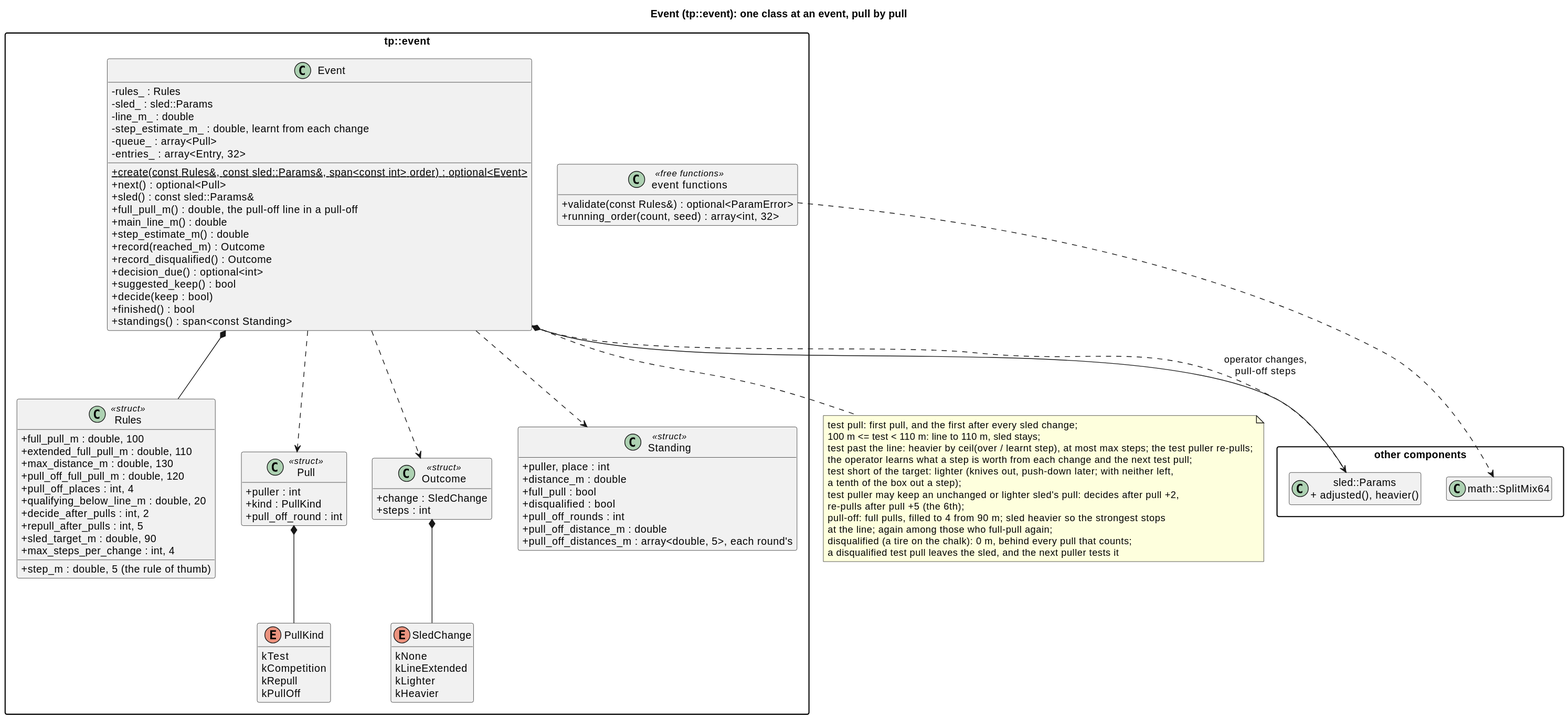
The PlantUML diagram docs/diagrams/svg/event_classes.svg in wversteeg/TractorPulling, before a commit.
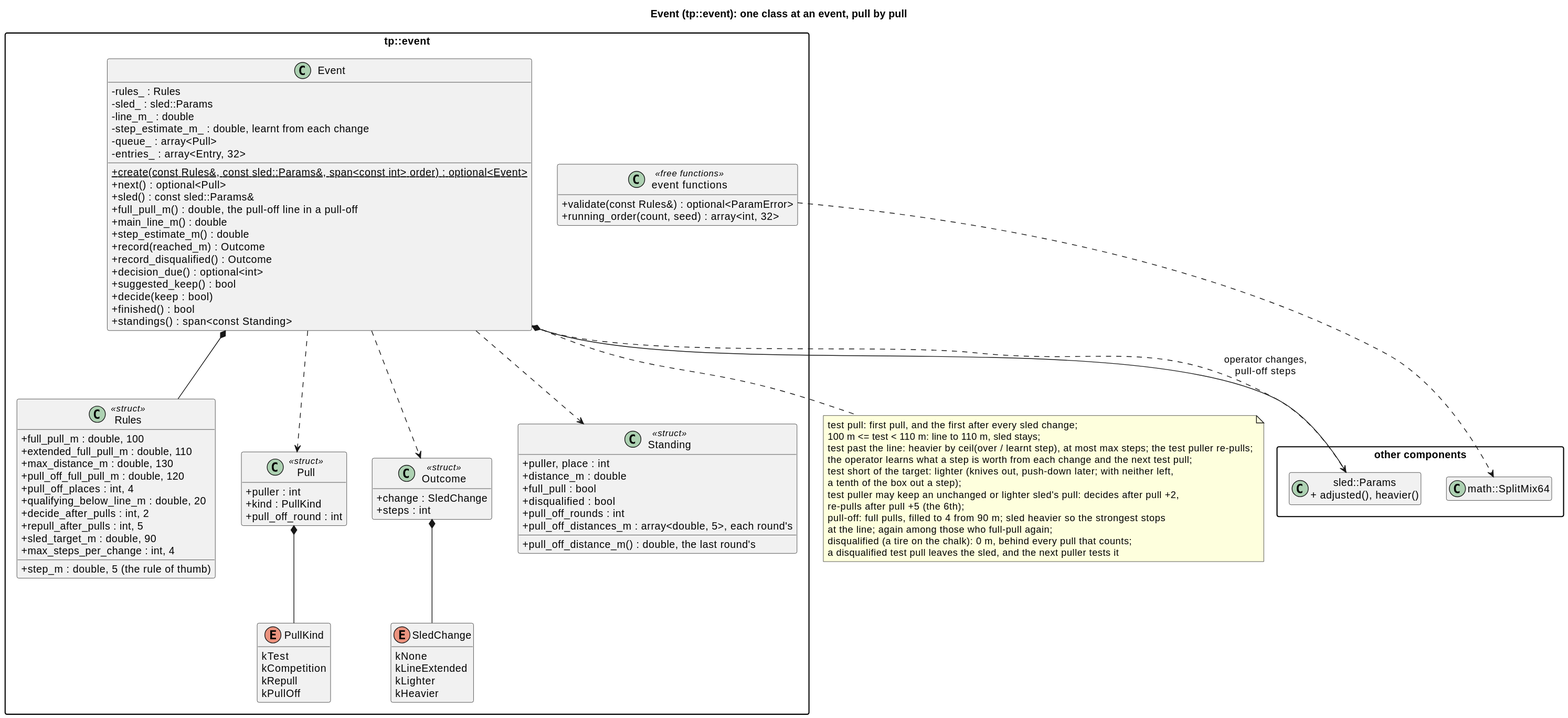
The same file after the commit.

Diff of the diagram source:
```diff
@@ -50,8 +50,8 @@
     +full_pull : bool
     +disqualified : bool
     +pull_off_rounds : int
-    +pull_off_distance_m : double
     +pull_off_distances_m : array<double, 5>, each round's
+    +pull_off_distance_m() : double, the last round's
   }
   class Event {
     -rules_ : Rules
```
